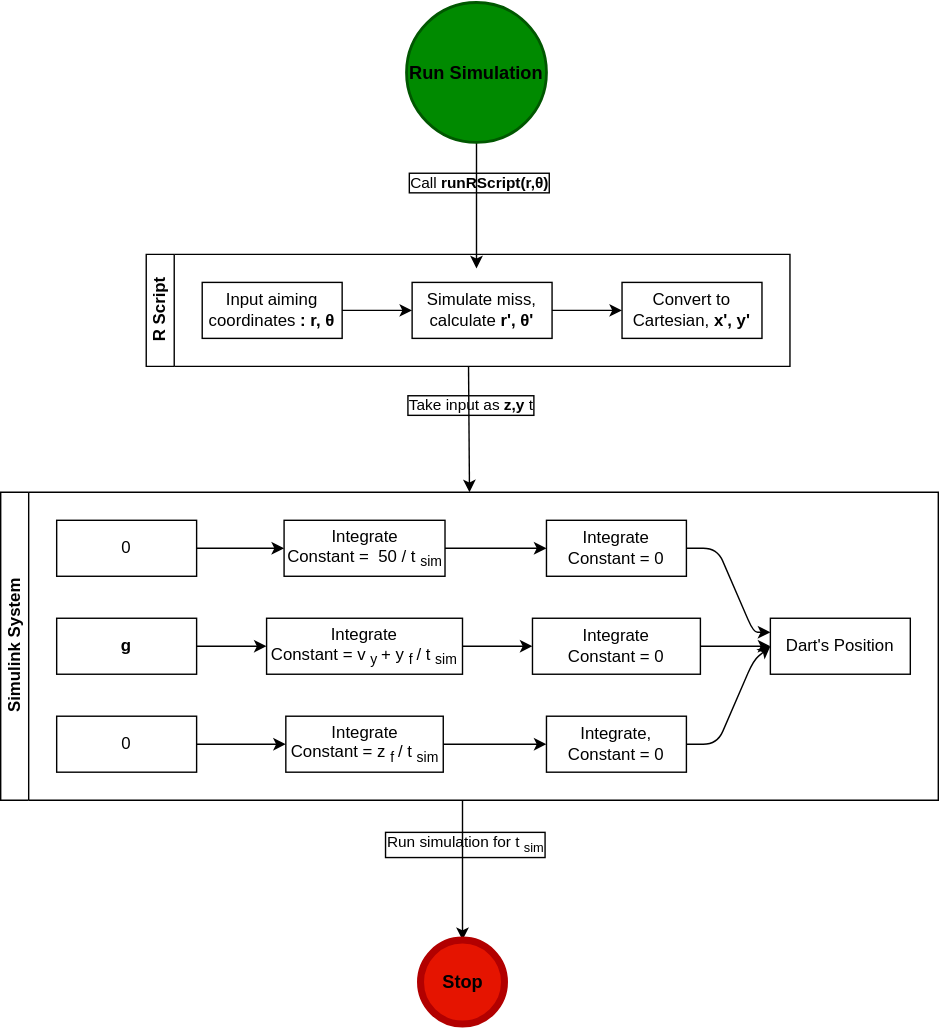
Before: img/projFlow.drawio.svg, a diagram exported from draw.io (ojaroker/Darts). Source tidied: cells renumbered, new cells last; positions are measured from the earlier drawing's top-left corner, leaving out a move shared by most shapes.
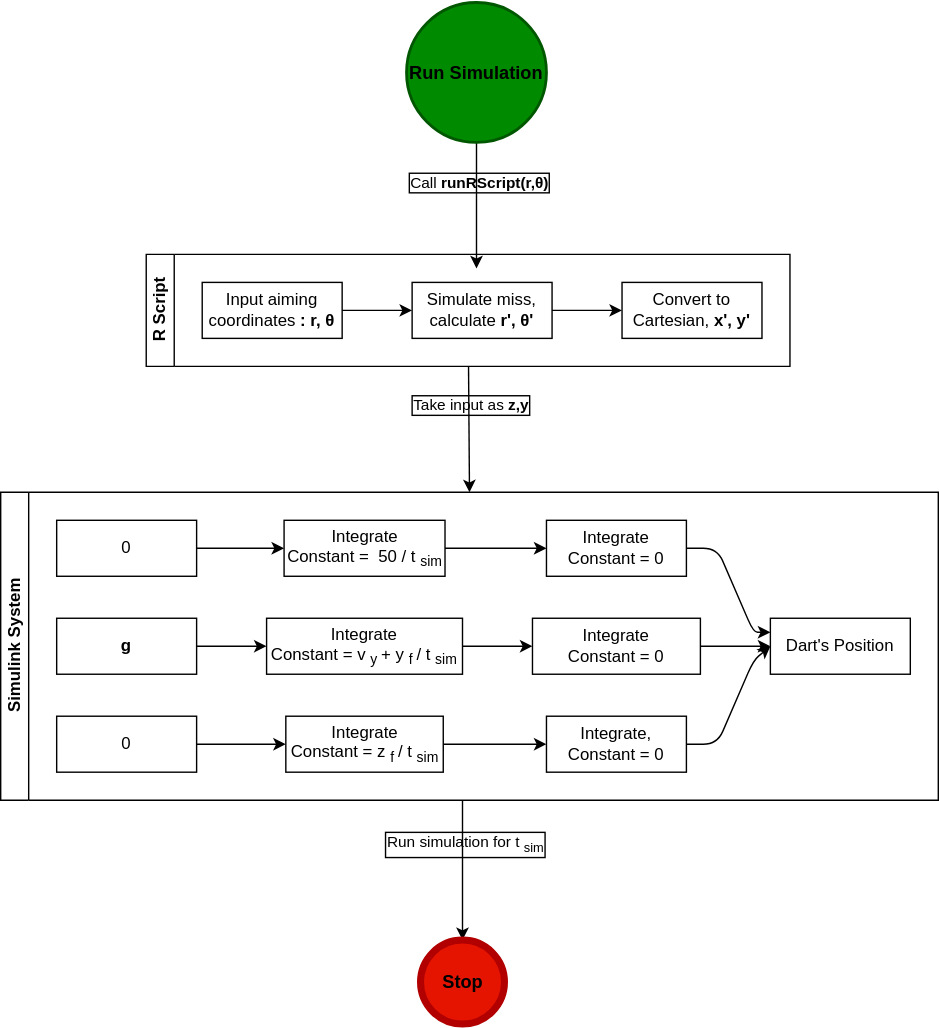
Later version of the same file.

Diff of the diagram source:
```diff
@@ -16,7 +16,7 @@
     <mxCell id="5" style="edgeStyle=none;html=1;entryX=0.5;entryY=0;entryDx=0;entryDy=0;fontColor=#000000;" parent="1" edge="1" source="7" target="15">
       <mxGeometry relative="1" as="geometry" />
     </mxCell>
-    <mxCell id="6" value="Take input as &lt;b&gt;z,y&lt;/b&gt;t" style="edgeLabel;html=1;align=center;verticalAlign=middle;fontColor=#000000;labelBorderColor=default;labelBackgroundColor=none;" parent="5" vertex="1">
+    <mxCell id="6" value="Take input as &lt;b&gt;z,y&lt;/b&gt;" style="edgeLabel;html=1;align=center;verticalAlign=middle;fontColor=#000000;labelBorderColor=default;labelBackgroundColor=none;" parent="5" vertex="1">
       <mxGeometry x="-0.39" y="1" relative="1" as="geometry" />
     </mxCell>
     <mxCell id="7" value="R Script" style="swimlane;html=1;startSize=20;horizontal=0;flowOrientation=west;interRankCellSpacing=50;containerType=tree;fontSize=12;" parent="1" vertex="1">
```
